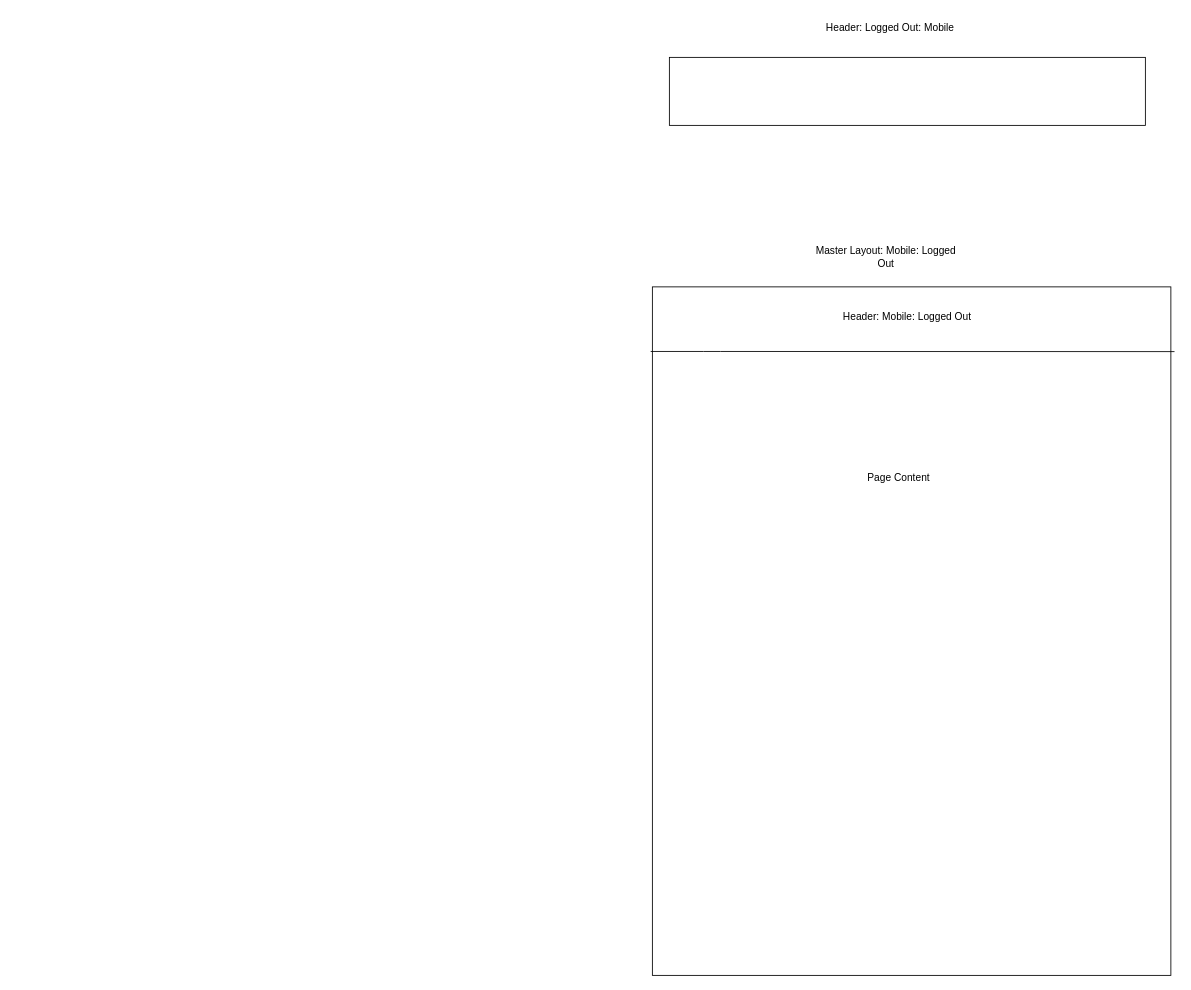
This is docs/mockups/layout_mockup.drawio from Matt-Eva/freecreate-go-server, a draw.io file, before an edit. Source tidied: cells renumbered, new cells numbered last; positions are measured from the earlier drawing's top-left corner, leaving out a move shared by most shapes. Both pictures are drawn from the tidied source at 85%, with x=0, y=0 at pixel (650, 14).
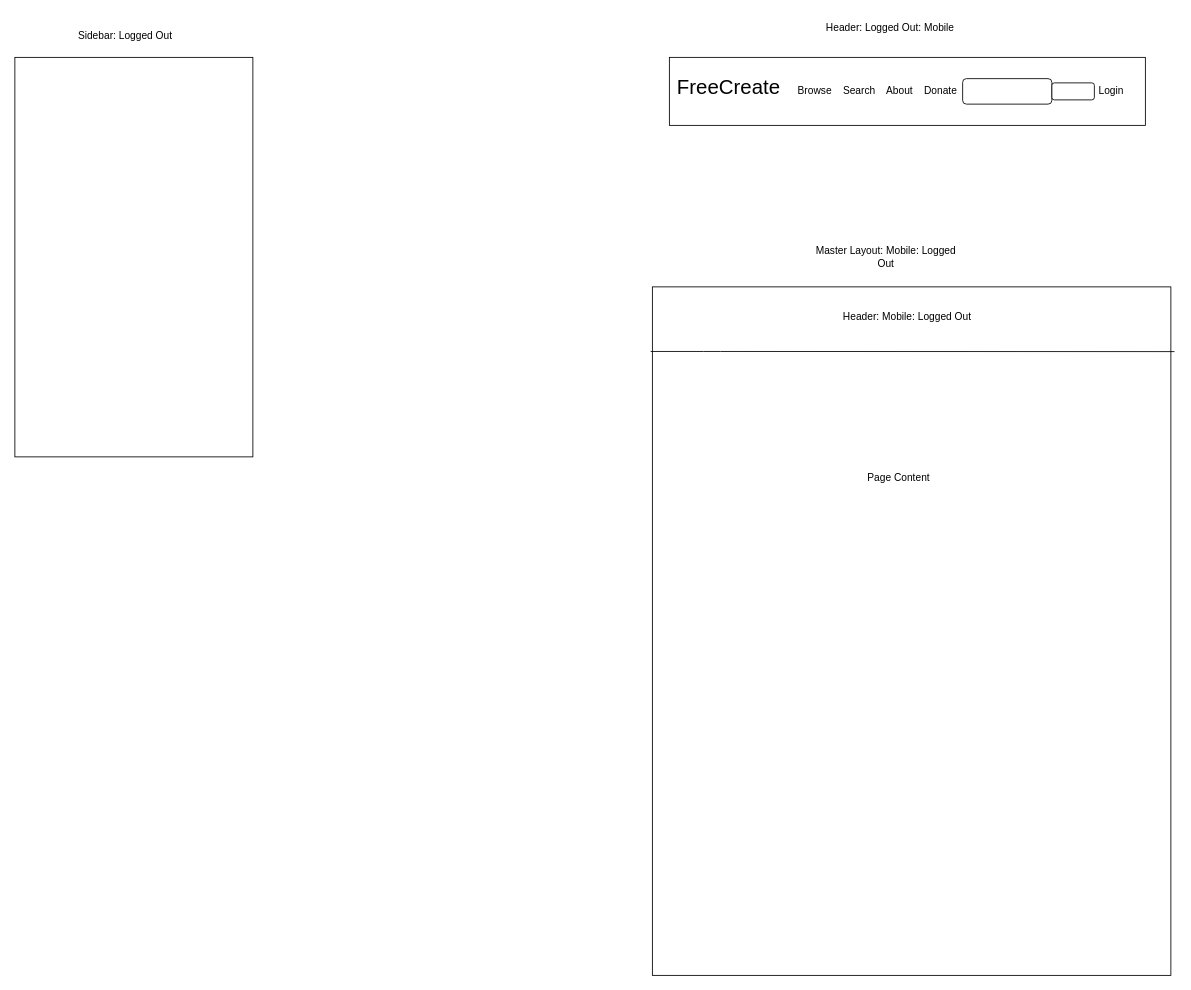
The same diagram, later.

Commit message:
updating layout mockup

What changed in the source:
```diff
@@
 <mxGraphModel>
   <root>
     <mxCell id="0" />
     <mxCell id="1" parent="0" />
     <mxCell id="2" style="rounded=0;whiteSpace=wrap;html=1;" parent="1" vertex="1">
       <mxGeometry x="22" y="50" width="560" height="80" as="geometry" />
     </mxCell>
     <mxCell id="3" value="Header: Logged Out: Mobile" style="text;html=1;align=center;verticalAlign=middle;whiteSpace=wrap;rounded=0;" parent="1" vertex="1">
       <mxGeometry x="182" width="200" height="30" as="geometry" />
     </mxCell>
     <mxCell id="4" style="rounded=0;whiteSpace=wrap;html=1;" parent="1" vertex="1">
       <mxGeometry x="2" y="320" width="610" height="810" as="geometry" />
     </mxCell>
     <mxCell id="5" value="Master Layout: Mobile: Logged Out" style="text;html=1;align=center;verticalAlign=middle;whiteSpace=wrap;rounded=0;" parent="1" vertex="1">
       <mxGeometry x="187" y="270" width="180" height="30" as="geometry" />
     </mxCell>
     <mxCell id="6" style="endArrow=none;html=1;entryX=1.007;entryY=0.094;entryDx=0;entryDy=0;entryPerimeter=0;" parent="1" edge="1" target="4">
       <mxGeometry relative="1" as="geometry">
         <mxPoint y="396" as="sourcePoint" />
         <Array as="points">
           <mxPoint x="72" y="396" />
         </Array>
       </mxGeometry>
     </mxCell>
     <mxCell id="7" value="Header: Mobile: Logged Out" style="text;html=1;align=center;verticalAlign=middle;whiteSpace=wrap;rounded=0;" parent="1" vertex="1">
       <mxGeometry x="197" y="340" width="210" height="30" as="geometry" />
     </mxCell>
     <mxCell id="8" value="Page Content" style="text;html=1;align=center;verticalAlign=middle;whiteSpace=wrap;rounded=0;" parent="1" vertex="1">
       <mxGeometry x="242" y="530" width="100" height="30" as="geometry" />
     </mxCell>
+    <mxCell id="9" style="rounded=0;whiteSpace=wrap;html=1;" parent="1" vertex="1">
+      <mxGeometry x="-748" y="50" width="280" height="470" as="geometry" />
+    </mxCell>
+    <mxCell id="10" value="Sidebar: Logged Out" style="text;html=1;align=center;verticalAlign=middle;whiteSpace=wrap;rounded=0;" parent="1" vertex="1">
+      <mxGeometry x="-728" y="10" width="220" height="30" as="geometry" />
+    </mxCell>
+    <mxCell id="11" value="&lt;font style=&quot;font-size: 24px;&quot;&gt;FreeCreate&lt;/font&gt;" style="text;html=1;align=center;verticalAlign=middle;whiteSpace=wrap;rounded=0;" parent="1" vertex="1">
+      <mxGeometry x="62" y="70" width="60" height="30" as="geometry" />
+    </mxCell>
+    <mxCell id="12" value="Browse&amp;nbsp; &amp;nbsp; Search&amp;nbsp; &amp;nbsp; About&amp;nbsp; &amp;nbsp; Donate" style="text;html=1;align=center;verticalAlign=middle;whiteSpace=wrap;rounded=0;" parent="1" vertex="1">
+      <mxGeometry x="152" y="75" width="230" height="30" as="geometry" />
+    </mxCell>
+    <mxCell id="13" value="Login" style="text;html=1;align=center;verticalAlign=middle;whiteSpace=wrap;rounded=0;" parent="1" vertex="1">
+      <mxGeometry x="512" y="75" width="60" height="30" as="geometry" />
+    </mxCell>
+    <mxCell id="14" style="rounded=1;whiteSpace=wrap;html=1;" parent="1" vertex="1">
+      <mxGeometry x="367" y="75" width="105" height="30" as="geometry" />
+    </mxCell>
+    <mxCell id="15" style="rounded=1;whiteSpace=wrap;html=1;" parent="1" vertex="1">
+      <mxGeometry x="472" y="80" width="50" height="20" as="geometry" />
+    </mxCell>
   </root>
 </mxGraphModel>
```
